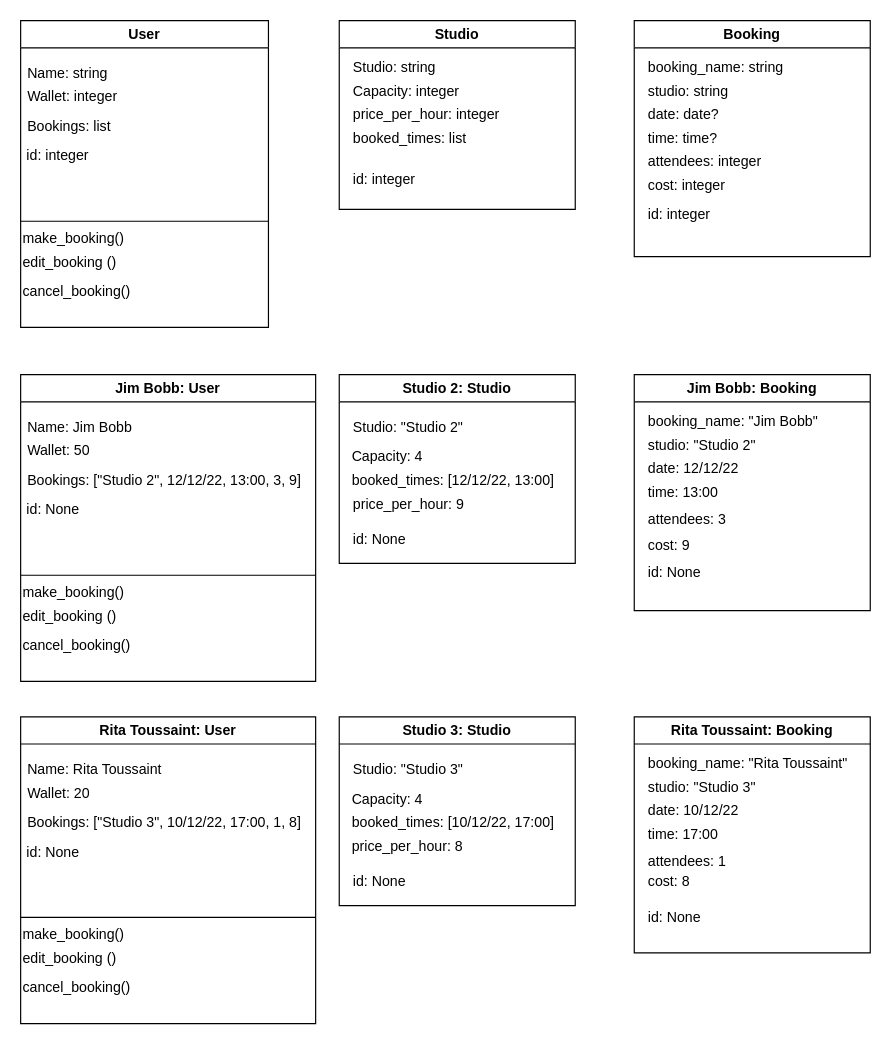
Earlier version of the draw.io diagram class_diagram.drawio (sagesaintsalem/ccfirstproject). Source tidied: cells renumbered, new cells numbered last; positions are measured from the earlier drawing's top-left corner, leaving out a move shared by most shapes. Both pictures are drawn from the tidied source at 118%, with x=0, y=0 at pixel (20, 20).
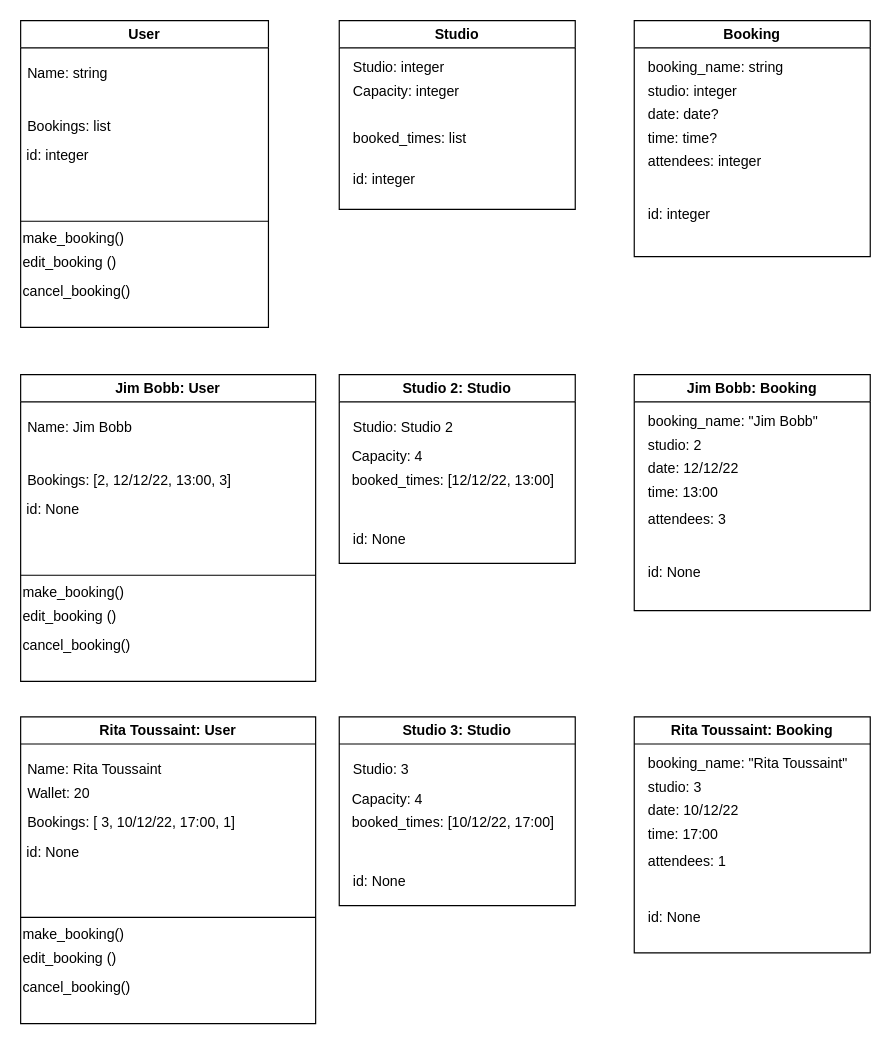
Above is the later version.

Unchanged cells that the change refers to:
```xml
<mxCell id="2" value="Studio" style="swimlane;whiteSpace=wrap;html=1;fillColor=none;" parent="1" vertex="1">
  <mxGeometry x="270" width="200" height="160" as="geometry" />
</mxCell>
<mxCell id="8" value="Booking" style="swimlane;whiteSpace=wrap;html=1;fillColor=none;" parent="1" vertex="1">
  <mxGeometry x="520" width="200" height="200" as="geometry" />
</mxCell>
<mxCell id="16" value="User" style="swimlane;whiteSpace=wrap;html=1;fillColor=none;" parent="1" vertex="1">
  <mxGeometry width="210" height="260" as="geometry" />
</mxCell>
<mxCell id="25" value="Jim Bobb: User" style="swimlane;whiteSpace=wrap;html=1;fillColor=none;" parent="1" vertex="1">
  <mxGeometry y="300" width="250" height="260" as="geometry" />
</mxCell>
<mxCell id="34" value="Studio 2: Studio" style="swimlane;whiteSpace=wrap;html=1;fillColor=none;" parent="1" vertex="1">
  <mxGeometry x="270" y="300" width="200" height="160" as="geometry" />
</mxCell>
<mxCell id="40" value="Jim Bobb: Booking" style="swimlane;whiteSpace=wrap;html=1;fillColor=none;" parent="1" vertex="1">
  <mxGeometry x="520" y="300" width="200" height="200" as="geometry" />
</mxCell>
<mxCell id="48" value="Rita Toussaint: User" style="swimlane;whiteSpace=wrap;html=1;fillColor=none;" parent="1" vertex="1">
  <mxGeometry y="590" width="250" height="260" as="geometry" />
</mxCell>
<mxCell id="57" value="Studio 3: Studio" style="swimlane;whiteSpace=wrap;html=1;fillColor=none;" parent="1" vertex="1">
  <mxGeometry x="270" y="590" width="200" height="160" as="geometry" />
</mxCell>
<mxCell id="63" value="Rita Toussaint: Booking" style="swimlane;whiteSpace=wrap;html=1;fillColor=none;" parent="1" vertex="1">
  <mxGeometry x="520" y="590" width="200" height="200" as="geometry" />
</mxCell>
```

What changed in the source:
```diff
@@
-    <mxCell id="3" value="Studio: string" style="text;html=1;strokeColor=none;fillColor=none;align=left;verticalAlign=middle;whiteSpace=wrap;rounded=0;" parent="2" vertex="1">
+    <mxCell id="3" value="Studio: integer" style="text;html=1;strokeColor=none;fillColor=none;align=left;verticalAlign=middle;whiteSpace=wrap;rounded=0;" parent="2" vertex="1">
       <mxGeometry x="10" y="30" width="170" height="20" as="geometry" />
     </mxCell>
@@
-    <mxCell id="7" value="price_per_hour: integer" style="text;html=1;strokeColor=none;fillColor=none;align=left;verticalAlign=middle;whiteSpace=wrap;rounded=0;" parent="2" vertex="1">
-      <mxGeometry x="10" y="70" width="170" height="20" as="geometry" />
-    </mxCell>
@@
-    <mxCell id="10" value="studio: string" style="text;html=1;strokeColor=none;fillColor=none;align=left;verticalAlign=middle;whiteSpace=wrap;rounded=0;" parent="8" vertex="1">
+    <mxCell id="10" value="studio: integer" style="text;html=1;strokeColor=none;fillColor=none;align=left;verticalAlign=middle;whiteSpace=wrap;rounded=0;" parent="8" vertex="1">
       <mxGeometry x="10" y="50" width="170" height="20" as="geometry" />
     </mxCell>
@@
-    <mxCell id="15" value="cost: integer" style="text;html=1;strokeColor=none;fillColor=none;align=left;verticalAlign=middle;whiteSpace=wrap;rounded=0;" parent="8" vertex="1">
-      <mxGeometry x="10" y="130" width="170" height="20" as="geometry" />
-    </mxCell>
@@
-    <mxCell id="20" value="Wallet: integer" style="text;strokeColor=none;fillColor=none;align=left;verticalAlign=middle;spacingLeft=4;spacingRight=4;overflow=hidden;whiteSpace=wrap;html=1;" parent="16" vertex="1">
-      <mxGeometry y="50" width="210" height="30" as="geometry" />
-    </mxCell>
@@
-    <mxCell id="29" value="Wallet: 50" style="text;strokeColor=none;fillColor=none;align=left;verticalAlign=middle;spacingLeft=4;spacingRight=4;overflow=hidden;whiteSpace=wrap;html=1;" parent="25" vertex="1">
-      <mxGeometry y="50" width="210" height="30" as="geometry" />
-    </mxCell>
-    <mxCell id="30" value="&lt;div&gt;Bookings: [&quot;Studio 2&quot;, 12/12/22, 13:00, 3, 9]&lt;br&gt;&lt;/div&gt;" style="text;strokeColor=none;fillColor=none;align=left;verticalAlign=middle;spacingLeft=4;spacingRight=4;overflow=hidden;whiteSpace=wrap;html=1;" parent="25" vertex="1">
+    <mxCell id="30" value="&lt;div&gt;Bookings: [2, 12/12/22, 13:00, 3]&lt;br&gt;&lt;/div&gt;" style="text;strokeColor=none;fillColor=none;align=left;verticalAlign=middle;spacingLeft=4;spacingRight=4;overflow=hidden;whiteSpace=wrap;html=1;" parent="25" vertex="1">
       <mxGeometry y="70" width="250" height="40" as="geometry" />
     </mxCell>
@@
-    <mxCell id="35" value="Studio: &quot;Studio 2&quot;" style="text;html=1;strokeColor=none;fillColor=none;align=left;verticalAlign=middle;whiteSpace=wrap;rounded=0;" parent="34" vertex="1">
+    <mxCell id="35" value="Studio: Studio 2" style="text;html=1;strokeColor=none;fillColor=none;align=left;verticalAlign=middle;whiteSpace=wrap;rounded=0;" parent="34" vertex="1">
       <mxGeometry x="10" y="30" width="170" height="30" as="geometry" />
     </mxCell>
@@
-    <mxCell id="39" value="price_per_hour: 9" style="text;html=1;strokeColor=none;fillColor=none;align=left;verticalAlign=middle;whiteSpace=wrap;rounded=0;" parent="34" vertex="1">
-      <mxGeometry x="10" y="100" width="170" height="20" as="geometry" />
-    </mxCell>
@@
-    <mxCell id="42" value="studio: &quot;Studio 2&quot;" style="text;html=1;strokeColor=none;fillColor=none;align=left;verticalAlign=middle;whiteSpace=wrap;rounded=0;" parent="40" vertex="1">
+    <mxCell id="42" value="studio: 2" style="text;html=1;strokeColor=none;fillColor=none;align=left;verticalAlign=middle;whiteSpace=wrap;rounded=0;" parent="40" vertex="1">
       <mxGeometry x="10" y="50" width="170" height="20" as="geometry" />
     </mxCell>
@@
-    <mxCell id="47" value="cost: 9" style="text;html=1;strokeColor=none;fillColor=none;align=left;verticalAlign=middle;whiteSpace=wrap;rounded=0;" parent="40" vertex="1">
-      <mxGeometry x="10" y="135" width="170" height="20" as="geometry" />
-    </mxCell>
@@
-    <mxCell id="53" value="&lt;div&gt;Bookings: [&quot;Studio 3&quot;, 10/12/22, 17:00, 1, 8]&lt;br&gt;&lt;/div&gt;" style="text;strokeColor=none;fillColor=none;align=left;verticalAlign=middle;spacingLeft=4;spacingRight=4;overflow=hidden;whiteSpace=wrap;html=1;" parent="48" vertex="1">
+    <mxCell id="53" value="&lt;div&gt;Bookings: [ 3, 10/12/22, 17:00, 1]&lt;br&gt;&lt;/div&gt;" style="text;strokeColor=none;fillColor=none;align=left;verticalAlign=middle;spacingLeft=4;spacingRight=4;overflow=hidden;whiteSpace=wrap;html=1;" parent="48" vertex="1">
       <mxGeometry y="70" width="250" height="40" as="geometry" />
     </mxCell>
@@
-    <mxCell id="58" value="Studio: &quot;Studio 3&quot;" style="text;html=1;strokeColor=none;fillColor=none;align=left;verticalAlign=middle;whiteSpace=wrap;rounded=0;" parent="57" vertex="1">
+    <mxCell id="58" value="Studio: 3" style="text;html=1;strokeColor=none;fillColor=none;align=left;verticalAlign=middle;whiteSpace=wrap;rounded=0;" parent="57" vertex="1">
       <mxGeometry x="10" y="30" width="170" height="30" as="geometry" />
     </mxCell>
@@
-    <mxCell id="62" value="price_per_hour: 8" style="text;html=1;strokeColor=none;fillColor=none;align=left;verticalAlign=middle;whiteSpace=wrap;rounded=0;" parent="57" vertex="1">
-      <mxGeometry x="9" y="100" width="170" height="20" as="geometry" />
-    </mxCell>
@@
-    <mxCell id="65" value="studio: &quot;Studio 3&quot;" style="text;html=1;strokeColor=none;fillColor=none;align=left;verticalAlign=middle;whiteSpace=wrap;rounded=0;" parent="63" vertex="1">
+    <mxCell id="65" value="studio: 3" style="text;html=1;strokeColor=none;fillColor=none;align=left;verticalAlign=middle;whiteSpace=wrap;rounded=0;" parent="63" vertex="1">
       <mxGeometry x="10" y="50" width="170" height="20" as="geometry" />
     </mxCell>
@@
-    <mxCell id="70" value="cost: 8" style="text;html=1;strokeColor=none;fillColor=none;align=left;verticalAlign=middle;whiteSpace=wrap;rounded=0;" parent="63" vertex="1">
-      <mxGeometry x="10" y="130" width="170" height="20" as="geometry" />
-    </mxCell>
```
